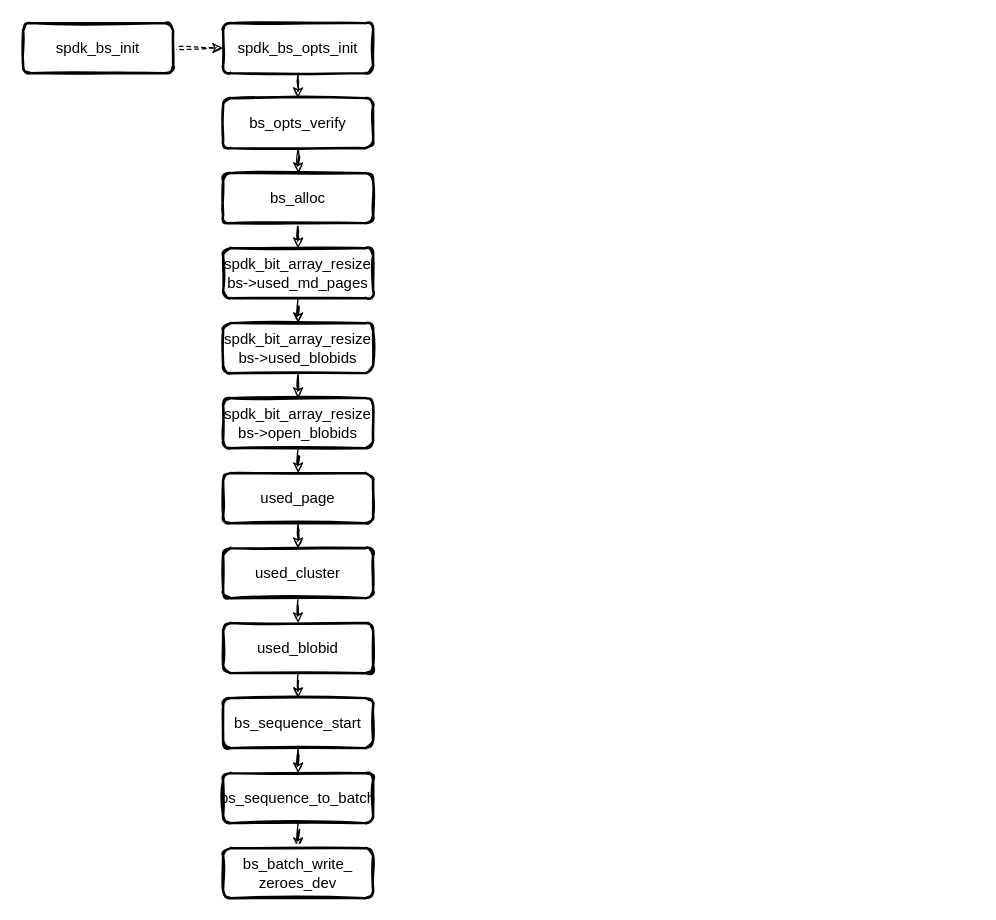
Earlier version of the draw.io diagram page "blobstore_create" (2 of 4) of spdk/spdk_blobstore.drawio (EarthWind/deeparch). Source tidied: cells renumbered, new cells numbered last; positions are measured from the earlier drawing's top-left corner, leaving out a move shared by most shapes. Both pictures are drawn from the tidied source at 125%, with x=0, y=0 at pixel (22, 22).
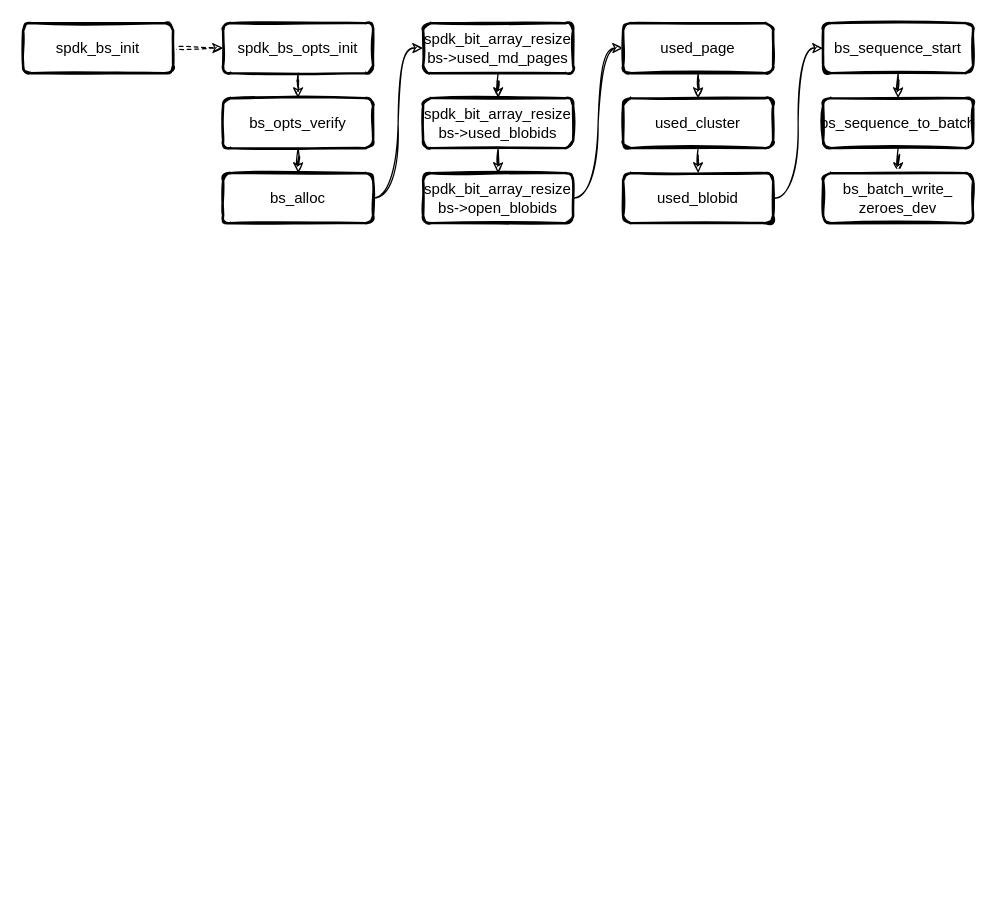
The same page after the edit.

Unchanged cells that the change refers to:
```xml
<mxCell id="9" value="bs_alloc" style="rounded=1;whiteSpace=wrap;html=1;strokeWidth=2;fillWeight=4;hachureGap=8;hachureAngle=45;sketch=1;fillColor=#FFFFFF;" parent="1" vertex="1">
  <mxGeometry x="160" y="120" width="120" height="40" as="geometry" />
</mxCell>
```

What changed in the source:
```diff
@@
-    <mxCell id="8" style="edgeStyle=orthogonalEdgeStyle;curved=1;rounded=0;sketch=1;jettySize=auto;html=1;entryX=0.5;entryY=0;entryDx=0;entryDy=0;startArrow=none;startFill=0;" parent="1" edge="1" source="9" target="11">
+    <mxCell id="8" style="edgeStyle=orthogonalEdgeStyle;curved=1;rounded=0;sketch=1;jettySize=auto;html=1;entryX=0;entryY=0.5;entryDx=0;entryDy=0;startArrow=none;startFill=0;" parent="1" edge="1" source="9" target="11">
       <mxGeometry relative="1" as="geometry" />
     </mxCell>
@@
     <mxCell id="11" value="spdk_bit_array_resize&lt;br&gt;bs-&amp;gt;used_md_pages" style="rounded=1;whiteSpace=wrap;html=1;strokeWidth=2;fillWeight=4;hachureGap=8;hachureAngle=45;sketch=1;fillColor=#FFFFFF;" parent="1" vertex="1">
-      <mxGeometry x="160" y="180" width="120" height="40" as="geometry" />
+      <mxGeometry x="320" width="120" height="40" as="geometry" />
     </mxCell>
@@
     <mxCell id="13" value="spdk_bit_array_resize&lt;br&gt;bs-&amp;gt;used_blobids" style="rounded=1;whiteSpace=wrap;html=1;strokeWidth=2;fillWeight=4;hachureGap=8;hachureAngle=45;sketch=1;fillColor=#FFFFFF;" parent="1" vertex="1">
-      <mxGeometry x="160" y="240" width="120" height="40" as="geometry" />
+      <mxGeometry x="320" y="60" width="120" height="40" as="geometry" />
     </mxCell>
-    <mxCell id="14" style="edgeStyle=orthogonalEdgeStyle;curved=1;rounded=0;sketch=1;jettySize=auto;html=1;entryX=0.5;entryY=0;entryDx=0;entryDy=0;startArrow=none;startFill=0;" parent="1" edge="1" source="15" target="17">
+    <mxCell id="14" style="edgeStyle=orthogonalEdgeStyle;curved=1;rounded=0;sketch=1;jettySize=auto;html=1;entryX=0;entryY=0.5;entryDx=0;entryDy=0;startArrow=none;startFill=0;" parent="1" edge="1" source="15" target="17">
       <mxGeometry relative="1" as="geometry" />
     </mxCell>
     <mxCell id="15" value="spdk_bit_array_resize&lt;br&gt;bs-&amp;gt;open_blobids" style="rounded=1;whiteSpace=wrap;html=1;strokeWidth=2;fillWeight=4;hachureGap=8;hachureAngle=45;sketch=1;fillColor=#FFFFFF;" parent="1" vertex="1">
-      <mxGeometry x="160" y="300" width="120" height="40" as="geometry" />
+      <mxGeometry x="320" y="120" width="120" height="40" as="geometry" />
     </mxCell>
@@
     <mxCell id="17" value="used_page" style="rounded=1;whiteSpace=wrap;html=1;strokeWidth=2;fillWeight=4;hachureGap=8;hachureAngle=45;sketch=1;fillColor=#FFFFFF;" parent="1" vertex="1">
-      <mxGeometry x="160" y="360" width="120" height="40" as="geometry" />
+      <mxGeometry x="480" width="120" height="40" as="geometry" />
     </mxCell>
@@
     <mxCell id="19" value="used_cluster" style="rounded=1;whiteSpace=wrap;html=1;strokeWidth=2;fillWeight=4;hachureGap=8;hachureAngle=45;sketch=1;fillColor=#FFFFFF;" parent="1" vertex="1">
-      <mxGeometry x="160" y="420" width="120" height="40" as="geometry" />
+      <mxGeometry x="480" y="60" width="120" height="40" as="geometry" />
     </mxCell>
-    <mxCell id="20" style="edgeStyle=orthogonalEdgeStyle;curved=1;rounded=0;sketch=1;jettySize=auto;html=1;entryX=0.5;entryY=0;entryDx=0;entryDy=0;startArrow=none;startFill=0;" parent="1" edge="1" source="21" target="23">
+    <mxCell id="20" style="edgeStyle=orthogonalEdgeStyle;curved=1;rounded=0;sketch=1;jettySize=auto;html=1;entryX=0;entryY=0.5;entryDx=0;entryDy=0;startArrow=none;startFill=0;" parent="1" edge="1" source="21" target="23">
       <mxGeometry relative="1" as="geometry" />
     </mxCell>
     <mxCell id="21" value="used_blobid" style="rounded=1;whiteSpace=wrap;html=1;strokeWidth=2;fillWeight=4;hachureGap=8;hachureAngle=45;sketch=1;fillColor=#FFFFFF;" parent="1" vertex="1">
-      <mxGeometry x="160" y="480" width="120" height="40" as="geometry" />
+      <mxGeometry x="480" y="120" width="120" height="40" as="geometry" />
     </mxCell>
@@
     <mxCell id="23" value="bs_sequence_start" style="rounded=1;whiteSpace=wrap;html=1;strokeWidth=2;fillWeight=4;hachureGap=8;hachureAngle=45;sketch=1;fillColor=#FFFFFF;" parent="1" vertex="1">
-      <mxGeometry x="160" y="540" width="120" height="40" as="geometry" />
+      <mxGeometry x="640" width="120" height="40" as="geometry" />
     </mxCell>
@@
     <mxCell id="25" value="bs_sequence_to_batch" style="rounded=1;whiteSpace=wrap;html=1;strokeWidth=2;fillWeight=4;hachureGap=8;hachureAngle=45;sketch=1;fillColor=#FFFFFF;" parent="1" vertex="1">
-      <mxGeometry x="160" y="600" width="120" height="40" as="geometry" />
+      <mxGeometry x="640" y="60" width="120" height="40" as="geometry" />
     </mxCell>
     <mxCell id="26" value="bs_batch_write_&lt;br&gt;zeroes_dev" style="rounded=1;whiteSpace=wrap;html=1;strokeWidth=2;fillWeight=4;hachureGap=8;hachureAngle=45;sketch=1;fillColor=#FFFFFF;" parent="1" vertex="1">
-      <mxGeometry x="160" y="660" width="120" height="40" as="geometry" />
+      <mxGeometry x="640" y="120" width="120" height="40" as="geometry" />
     </mxCell>
```
